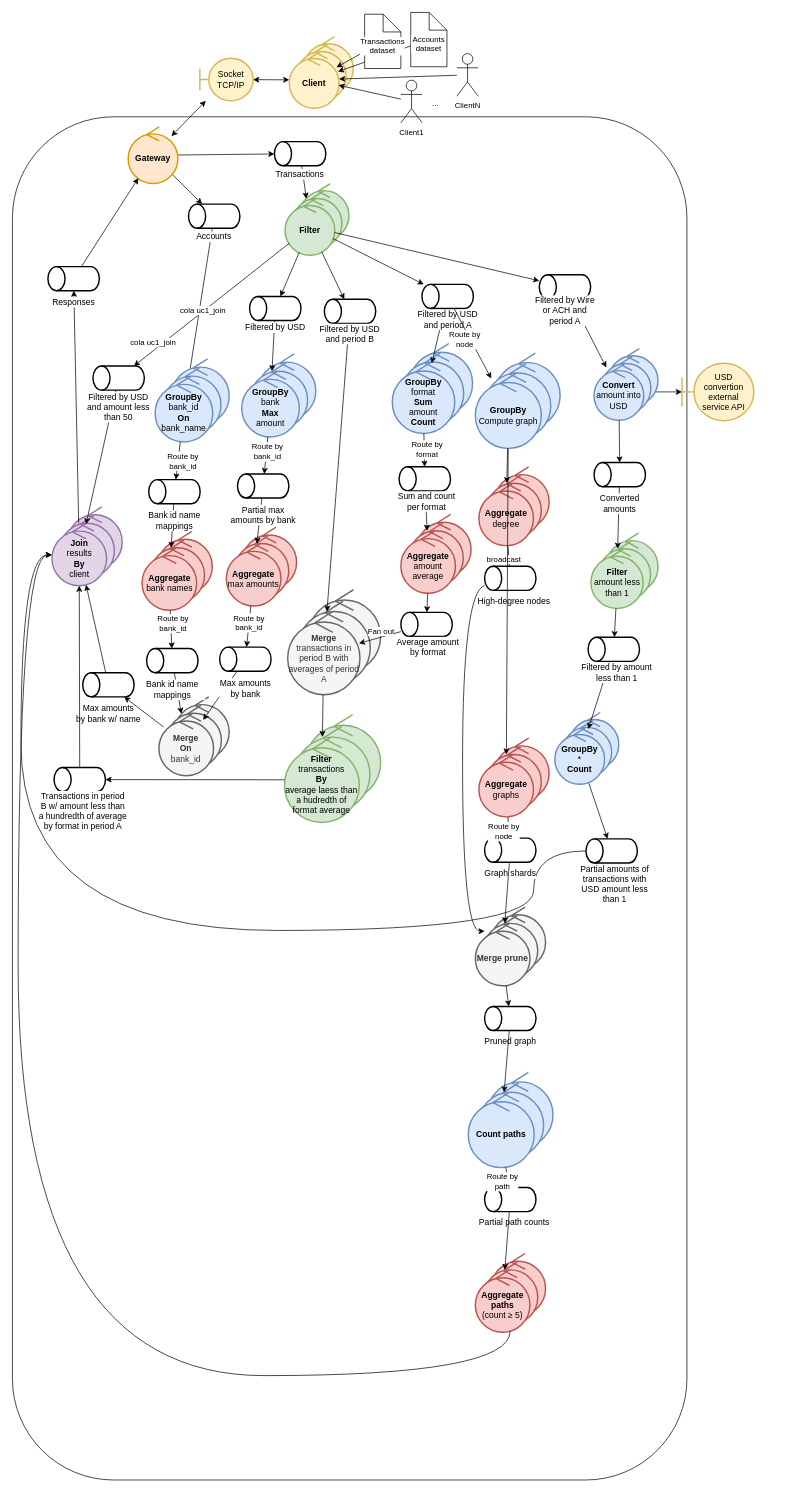
Earlier version of the draw.io diagram doc/diagrams/v2/12robustness-diagram.drawio (alejoordonez02/distribuidos-tp-money-laundering-analysis). Source tidied: cells renumbered, new cells numbered last; positions are measured from the earlier drawing's top-left corner, leaving out a move shared by most shapes. Both pictures are drawn from the tidied source at 71%, with x=0, y=0 at pixel (12, 12).
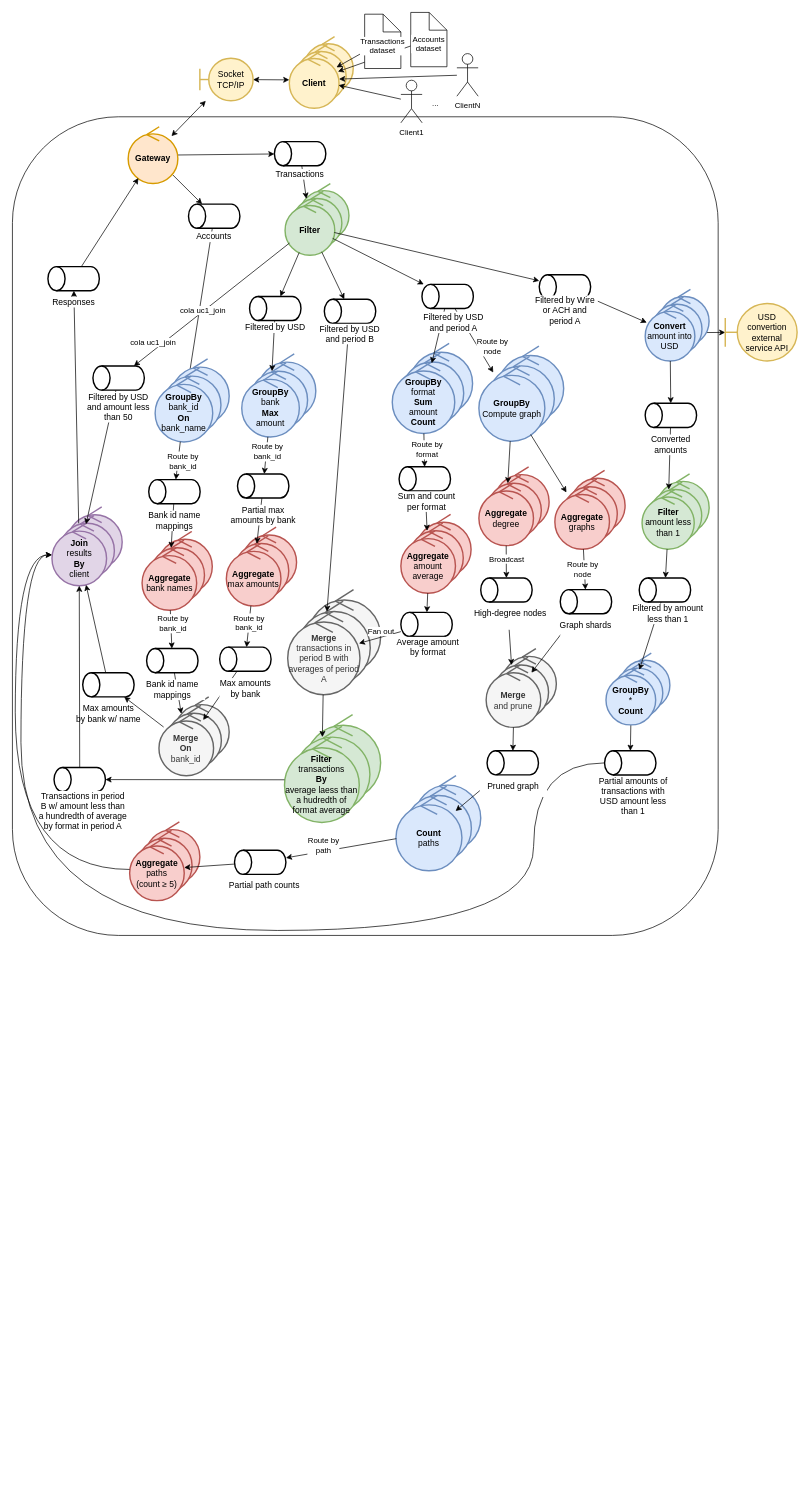
After the change.

Commit message (it also covers changes not shown here):
doc: make robustness overview diagream less ugly

The change refers to these unchanged cells:
```xml
<mxCell id="26" value="&lt;b&gt;Join&lt;/b&gt;&lt;div&gt;results&lt;br&gt;&lt;div&gt;&lt;b&gt;By&lt;/b&gt;&lt;/div&gt;&lt;div&gt;client&lt;/div&gt;&lt;/div&gt;" style="ellipse;shape=umlControl;whiteSpace=wrap;html=1;strokeWidth=2;fillColor=#e1d5e7;strokeColor=#9673a6;" parent="23" vertex="1">
  <mxGeometry y="23.1" width="76.9" height="87.9" as="geometry" />
</mxCell>
<mxCell id="113" style="strokeWidth=2;html=1;shape=mxgraph.flowchart.database;whiteSpace=wrap;rotation=-90;" parent="112" vertex="1">
  <mxGeometry x="19.2" y="-19.2" width="34" height="72.4" as="geometry" />
</mxCell>
<mxCell id="185" value="&lt;b&gt;GroupBy&lt;/b&gt;&lt;div&gt;Compute graph&lt;/div&gt;" style="ellipse;shape=umlControl;whiteSpace=wrap;html=1;strokeWidth=2;fillColor=#dae8fc;strokeColor=#6c8ebf;" parent="182" vertex="1">
  <mxGeometry y="27.9" width="92.9" height="106.1" as="geometry" />
</mxCell>
<mxCell id="196" style="edgeStyle=none;shape=connector;rounded=0;jettySize=auto;html=1;strokeColor=default;align=center;verticalAlign=middle;fontFamily=Helvetica;fontSize=11;fontColor=default;labelBackgroundColor=default;endArrow=classic;" parent="1" edge="1" source="191" target="193">
  <mxGeometry relative="1" as="geometry" />
</mxCell>
<mxCell id="206" style="edgeStyle=none;shape=connector;rounded=0;jettySize=auto;html=1;strokeColor=default;align=center;verticalAlign=middle;fontFamily=Helvetica;fontSize=11;fontColor=default;labelBackgroundColor=default;endArrow=classic;" parent="1" edge="1" source="201" target="203">
  <mxGeometry relative="1" as="geometry" />
</mxCell>
```

What changed in the source:
```diff
@@
+    <mxCell id="186" style="edgeStyle=none;shape=connector;rounded=0;jettySize=auto;html=1;strokeColor=default;align=center;verticalAlign=middle;fontFamily=Helvetica;fontSize=11;fontColor=default;labelBackgroundColor=default;endArrow=classic;" parent="1" edge="1" source="113" target="185">
+      <mxGeometry relative="1" as="geometry" />
+    </mxCell>
+    <mxCell id="187" value="Route by&lt;div&gt;node&lt;/div&gt;" style="edgeLabel;html=1;align=center;verticalAlign=middle;fontFamily=Helvetica;fontSize=11;fontColor=default;labelBackgroundColor=default;" parent="186" vertex="1">
+      <mxGeometry x="-0.2" y="-8" relative="1" as="geometry">
+        <mxPoint x="38" y="13" as="offset" />
+      </mxGeometry>
+    </mxCell>
     <mxCell id="2" style="rounded=1;whiteSpace=wrap;html=1;fontFamily=Helvetica;fontSize=11;fontColor=default;labelBackgroundColor=default;fillColor=none;" parent="1" vertex="1">
-      <mxGeometry y="147" width="950" height="1920" as="geometry" />
+      <mxGeometry y="147" width="994" height="1153" as="geometry" />
     </mxCell>
@@
     <mxCell id="112" style="group;strokeWidth=2;" parent="1" vertex="1">
-      <mxGeometry x="576.8" y="383" width="83.6" height="73" as="geometry" />
+      <mxGeometry x="576.8" y="383" width="91.7" height="73" as="geometry" />
     </mxCell>
@@
-    <mxCell id="114" value="Filtered by USD and period A" style="text;html=1;whiteSpace=wrap;strokeColor=none;fillColor=none;align=center;verticalAlign=middle;rounded=0;fontFamily=Helvetica;fontSize=12;fontColor=default;labelBackgroundColor=default;strokeWidth=2;" parent="112" vertex="1">
-      <mxGeometry x="-11.2" y="35" width="94.8" height="30" as="geometry" />
+    <mxCell id="114" value="Filtered by USD and period A" style="text;html=1;whiteSpace=wrap;strokeColor=none;fillColor=default;align=center;verticalAlign=middle;rounded=0;fontFamily=Helvetica;fontSize=12;fontColor=default;labelBackgroundColor=default;strokeWidth=2;" parent="112" vertex="1">
+      <mxGeometry x="-3.1" y="38.5" width="94.8" height="30" as="geometry" />
     </mxCell>
@@
     <mxCell id="121" value="USD convertion external service API" style="shape=umlBoundary;whiteSpace=wrap;html=1;strokeWidth=2;fillColor=#fff2cc;strokeColor=#d6b656;" parent="1" vertex="1">
-      <mxGeometry x="943" y="494" width="101.2" height="81" as="geometry" />
+      <mxGeometry x="1004" y="410" width="101.2" height="81" as="geometry" />
     </mxCell>
     <mxCell id="122" style="group;" parent="1" vertex="1">
-      <mxGeometry x="819.2" y="473.5" width="90" height="101" as="geometry" />
+      <mxGeometry x="891.2" y="390" width="90" height="101" as="geometry" />
     </mxCell>
@@
     <mxCell id="126" style="group;strokeWidth=2;" parent="1" vertex="1">
-      <mxGeometry x="814.8" y="733.5" width="94.5" height="106" as="geometry" />
+      <mxGeometry x="886.8" y="650" width="94.5" height="106" as="geometry" />
     </mxCell>
@@
     <mxCell id="133" style="group;strokeWidth=2;rotation=90;" parent="1" vertex="1">
-      <mxGeometry x="819.2" y="634" width="83.6" height="73" as="geometry" />
+      <mxGeometry x="891.2" y="550.5" width="83.6" height="73" as="geometry" />
     </mxCell>
@@
     <mxCell id="138" style="group;strokeWidth=2;" parent="1" vertex="1">
-      <mxGeometry x="807.8" y="1164" width="92" height="73" as="geometry" />
+      <mxGeometry x="834" y="1040" width="92" height="73" as="geometry" />
     </mxCell>
@@
     <mxCell id="170" style="group;" parent="1" vertex="1">
-      <mxGeometry x="764" y="986" width="90" height="101" as="geometry" />
+      <mxGeometry x="836" y="902.5" width="90" height="101" as="geometry" />
     </mxCell>
@@
     <mxCell id="175" style="group;strokeWidth=2;" parent="1" vertex="1">
-      <mxGeometry x="810.8" y="880" width="92" height="73" as="geometry" />
+      <mxGeometry x="882.8" y="796.5" width="92" height="73" as="geometry" />
     </mxCell>
@@
     <mxCell id="182" style="group;" parent="1" vertex="1">
-      <mxGeometry x="652" y="480" width="119.4" height="134" as="geometry" />
+      <mxGeometry x="657" y="470" width="119.4" height="134" as="geometry" />
     </mxCell>
@@
-    <mxCell id="186" style="edgeStyle=none;shape=connector;rounded=0;jettySize=auto;html=1;strokeColor=default;align=center;verticalAlign=middle;fontFamily=Helvetica;fontSize=11;fontColor=default;labelBackgroundColor=default;endArrow=classic;" parent="1" edge="1" source="113" target="185">
-      <mxGeometry relative="1" as="geometry" />
-    </mxCell>
-    <mxCell id="187" value="Route by&lt;div&gt;node&lt;/div&gt;" style="edgeLabel;html=1;align=center;verticalAlign=middle;fontFamily=Helvetica;fontSize=11;fontColor=default;labelBackgroundColor=default;" parent="186" vertex="1">
-      <mxGeometry x="-0.2" y="-8" relative="1" as="geometry" />
-    </mxCell>
@@
-    <mxCell id="192" style="group;strokeWidth=2;" parent="1" vertex="1">
-      <mxGeometry x="665" y="780" width="83.6" height="73" as="geometry" />
-    </mxCell>
-    <mxCell id="193" style="strokeWidth=2;html=1;shape=mxgraph.flowchart.database;whiteSpace=wrap;rotation=-90;" parent="192" vertex="1">
-      <mxGeometry x="19.2" y="-19.2" width="34" height="72.4" as="geometry" />
-    </mxCell>
-    <mxCell id="194" value="High-degree nodes" style="text;html=1;whiteSpace=wrap;strokeColor=none;fillColor=none;align=center;verticalAlign=middle;rounded=0;fontFamily=Helvetica;fontSize=12;fontColor=default;labelBackgroundColor=default;strokeWidth=2;" parent="192" vertex="1">
-      <mxGeometry x="-10.7" y="35" width="105" height="30" as="geometry" />
-    </mxCell>
@@
-    <mxCell id="197" value="broadcast" style="edgeLabel;html=1;align=center;verticalAlign=middle;fontFamily=Helvetica;fontSize=11;fontColor=default;labelBackgroundColor=default;" parent="196" vertex="1">
-      <mxGeometry x="0.3" y="-8" relative="1" as="geometry" />
+    <mxCell id="197" value="Broadcast" style="edgeLabel;html=1;align=center;verticalAlign=middle;fontFamily=Helvetica;fontSize=11;fontColor=default;labelBackgroundColor=default;" parent="196" vertex="1">
+      <mxGeometry x="0.3" y="-8" relative="1" as="geometry">
+        <mxPoint x="8" y="-12" as="offset" />
+      </mxGeometry>
     </mxCell>
     <mxCell id="198" style="group;strokeWidth=2;" parent="1" vertex="1">
-      <mxGeometry x="657" y="1022" width="98.9" height="111" as="geometry" />
+      <mxGeometry x="764" y="645" width="98.9" height="111" as="geometry" />
     </mxCell>
@@
-    <mxCell id="202" style="group;strokeWidth=2;" parent="1" vertex="1">
-      <mxGeometry x="665" y="1163" width="83.6" height="73" as="geometry" />
-    </mxCell>
-    <mxCell id="203" style="strokeWidth=2;html=1;shape=mxgraph.flowchart.database;whiteSpace=wrap;rotation=-90;" parent="202" vertex="1">
-      <mxGeometry x="19.2" y="-19.2" width="34" height="72.4" as="geometry" />
-    </mxCell>
-    <mxCell id="204" value="Graph shards" style="text;html=1;whiteSpace=wrap;strokeColor=none;fillColor=none;align=center;verticalAlign=middle;rounded=0;fontFamily=Helvetica;fontSize=12;fontColor=default;labelBackgroundColor=default;strokeWidth=2;" parent="202" vertex="1">
-      <mxGeometry x="-11.2" y="35" width="94.8" height="30" as="geometry" />
-    </mxCell>
@@
     <mxCell id="207" value="Route by&lt;div&gt;node&lt;/div&gt;" style="edgeLabel;html=1;align=center;verticalAlign=middle;fontFamily=Helvetica;fontSize=11;fontColor=default;labelBackgroundColor=default;" parent="206" vertex="1">
-      <mxGeometry x="0.3" y="-8" relative="1" as="geometry" />
+      <mxGeometry x="0.3" y="-8" relative="1" as="geometry">
+        <mxPoint x="4" y="-9" as="offset" />
+      </mxGeometry>
     </mxCell>
     <mxCell id="208" style="group;strokeWidth=2;" parent="1" vertex="1">
-      <mxGeometry x="652" y="1260" width="98.9" height="111" as="geometry" />
+      <mxGeometry x="667.2" y="896" width="98.9" height="111" as="geometry" />
     </mxCell>
@@
-    <mxCell id="211" value="&lt;b&gt;Merge prune&lt;/b&gt;" style="ellipse;shape=umlControl;whiteSpace=wrap;html=1;strokeWidth=2;fillColor=#f5f5f5;strokeColor=#666666;fontColor=#333333;" parent="208" vertex="1">
+    <mxCell id="211" value="&lt;b&gt;Merge&lt;/b&gt;&lt;div&gt;and prune&lt;/div&gt;" style="ellipse;shape=umlControl;whiteSpace=wrap;html=1;strokeWidth=2;fillColor=#f5f5f5;strokeColor=#666666;fontColor=#333333;" parent="208" vertex="1">
       <mxGeometry y="23.1" width="76.9" height="87.9" as="geometry" />
     </mxCell>
-    <mxCell id="212" style="edgeStyle=orthogonalEdgeStyle;shape=connector;rounded=0;jettySize=auto;html=1;strokeColor=default;align=center;verticalAlign=middle;fontFamily=Helvetica;fontSize=11;fontColor=default;labelBackgroundColor=default;endArrow=classic;curved=1;" parent="1" edge="1" source="193" target="211">
-      <mxGeometry relative="1" as="geometry">
-        <Array as="points">
-          <mxPoint x="634" y="816" />
-          <mxPoint x="634" y="1294" />
-        </Array>
-      </mxGeometry>
-    </mxCell>
@@
-    <mxCell id="214" style="group;strokeWidth=2;" parent="1" vertex="1">
-      <mxGeometry x="665" y="1400" width="83.6" height="73" as="geometry" />
-    </mxCell>
-    <mxCell id="215" style="strokeWidth=2;html=1;shape=mxgraph.flowchart.database;whiteSpace=wrap;rotation=-90;" parent="214" vertex="1">
-      <mxGeometry x="19.2" y="-19.2" width="34" height="72.4" as="geometry" />
-    </mxCell>
-    <mxCell id="216" value="Pruned graph" style="text;html=1;whiteSpace=wrap;strokeColor=none;fillColor=none;align=center;verticalAlign=middle;rounded=0;fontFamily=Helvetica;fontSize=12;fontColor=default;labelBackgroundColor=default;strokeWidth=2;" parent="214" vertex="1">
-      <mxGeometry x="-11.2" y="35" width="94.8" height="30" as="geometry" />
-    </mxCell>
@@
     <mxCell id="218" style="group;" parent="1" vertex="1">
-      <mxGeometry x="642" y="1493" width="119.4" height="134" as="geometry" />
+      <mxGeometry x="540.2" y="1075" width="119.4" height="134" as="geometry" />
     </mxCell>
@@
-    <mxCell id="221" value="&lt;b&gt;Count paths&lt;/b&gt;" style="ellipse;shape=umlControl;whiteSpace=wrap;html=1;strokeWidth=2;fillColor=#dae8fc;strokeColor=#6c8ebf;" parent="218" vertex="1">
+    <mxCell id="221" value="&lt;b&gt;Count&lt;/b&gt;&lt;div&gt;paths&lt;/div&gt;" style="ellipse;shape=umlControl;whiteSpace=wrap;html=1;strokeWidth=2;fillColor=#dae8fc;strokeColor=#6c8ebf;" parent="218" vertex="1">
       <mxGeometry y="27.9" width="92.9" height="106.1" as="geometry" />
     </mxCell>
@@
     <mxCell id="223" style="group;strokeWidth=2;" parent="1" vertex="1">
-      <mxGeometry x="665" y="1655" width="83.6" height="73" as="geometry" />
+      <mxGeometry x="312.8" y="1180" width="83.6" height="73" as="geometry" />
     </mxCell>
@@
     <mxCell id="228" style="group;strokeWidth=2;" parent="1" vertex="1">
-      <mxGeometry x="652" y="1748" width="98.9" height="111" as="geometry" />
+      <mxGeometry x="165.1" y="1140" width="98.9" height="111" as="geometry" />
     </mxCell>
@@
-    <mxCell id="231" value="&lt;b&gt;Aggregate paths&lt;/b&gt;&lt;div&gt;(count &amp;#8805; 5)&lt;/div&gt;" style="ellipse;shape=umlControl;whiteSpace=wrap;html=1;strokeWidth=2;fillColor=#f8cecc;strokeColor=#b85450;" parent="228" vertex="1">
+    <mxCell id="231" value="&lt;b&gt;Aggregate &lt;/b&gt;paths&lt;div&gt;(count ≥ 5)&lt;/div&gt;" style="ellipse;shape=umlControl;whiteSpace=wrap;html=1;strokeWidth=2;fillColor=#f8cecc;strokeColor=#b85450;" parent="228" vertex="1">
       <mxGeometry y="23.1" width="76.9" height="87.9" as="geometry" />
     </mxCell>
@@
+    <mxCell id="212" style="rounded=0;jettySize=auto;html=1;" parent="1" edge="1" source="193" target="211">
+      <mxGeometry relative="1" as="geometry" />
+    </mxCell>
+    <mxCell id="192" style="group;strokeWidth=2;fillColor=default;" parent="1" vertex="1">
+      <mxGeometry x="659.6" y="796.5" width="83.6" height="73" as="geometry" />
+    </mxCell>
+    <mxCell id="193" style="strokeWidth=2;html=1;shape=mxgraph.flowchart.database;whiteSpace=wrap;rotation=-90;" parent="192" vertex="1">
+      <mxGeometry x="19.2" y="-19.2" width="34" height="72.4" as="geometry" />
+    </mxCell>
+    <mxCell id="194" value="High-degree nodes" style="text;html=1;whiteSpace=wrap;strokeColor=none;fillColor=none;align=center;verticalAlign=middle;rounded=0;fontFamily=Helvetica;fontSize=12;fontColor=default;labelBackgroundColor=default;strokeWidth=2;" parent="192" vertex="1">
+      <mxGeometry x="-10.7" y="35" width="105" height="30" as="geometry" />
+    </mxCell>
+    <mxCell id="202" style="group;strokeWidth=2;fillColor=default;" parent="1" vertex="1">
+      <mxGeometry x="771.6" y="813" width="83.6" height="73" as="geometry" />
+    </mxCell>
+    <mxCell id="203" style="strokeWidth=2;html=1;shape=mxgraph.flowchart.database;whiteSpace=wrap;rotation=-90;" parent="202" vertex="1">
+      <mxGeometry x="19.2" y="-19.2" width="34" height="72.4" as="geometry" />
+    </mxCell>
+    <mxCell id="204" value="Graph shards" style="text;html=1;whiteSpace=wrap;strokeColor=none;fillColor=none;align=center;verticalAlign=middle;rounded=0;fontFamily=Helvetica;fontSize=12;fontColor=default;labelBackgroundColor=default;strokeWidth=2;" parent="202" vertex="1">
+      <mxGeometry x="-11.2" y="35" width="94.8" height="30" as="geometry" />
+    </mxCell>
+    <mxCell id="214" style="group;strokeWidth=2;" parent="1" vertex="1">
+      <mxGeometry x="668.5" y="1040" width="84.6" height="73" as="geometry" />
+    </mxCell>
+    <mxCell id="215" style="strokeWidth=2;html=1;shape=mxgraph.flowchart.database;whiteSpace=wrap;rotation=-90;" parent="214" vertex="1">
+      <mxGeometry x="19.2" y="-19.2" width="34" height="72.4" as="geometry" />
+    </mxCell>
+    <mxCell id="216" value="Pruned graph" style="text;html=1;whiteSpace=wrap;strokeColor=none;fillColor=default;align=center;verticalAlign=middle;rounded=0;fontFamily=Helvetica;fontSize=12;fontColor=default;labelBackgroundColor=default;strokeWidth=2;" parent="214" vertex="1">
+      <mxGeometry x="-10.2" y="35" width="94.8" height="30" as="geometry" />
+    </mxCell>
-    <mxCell id="233" style="edgeStyle=orthogonalEdgeStyle;shape=connector;rounded=0;jettySize=auto;html=1;strokeColor=default;align=center;verticalAlign=middle;fontFamily=Helvetica;fontSize=11;fontColor=default;labelBackgroundColor=default;endArrow=classic;curved=1;" parent="1" edge="1" source="231" target="26">
+    <mxCell id="233" style="edgeStyle=orthogonalEdgeStyle;rounded=0;jettySize=auto;html=1;curved=1;" parent="1" edge="1" source="231" target="26">
       <mxGeometry relative="1" as="geometry">
         <Array as="points">
-          <mxPoint x="701" y="1920" />
-          <mxPoint x="8" y="1920" />
-          <mxPoint x="8" y="764" />
+          <mxPoint x="4" y="1207" />
+          <mxPoint x="4" y="764" />
         </Array>
       </mxGeometry>
     </mxCell>
```
